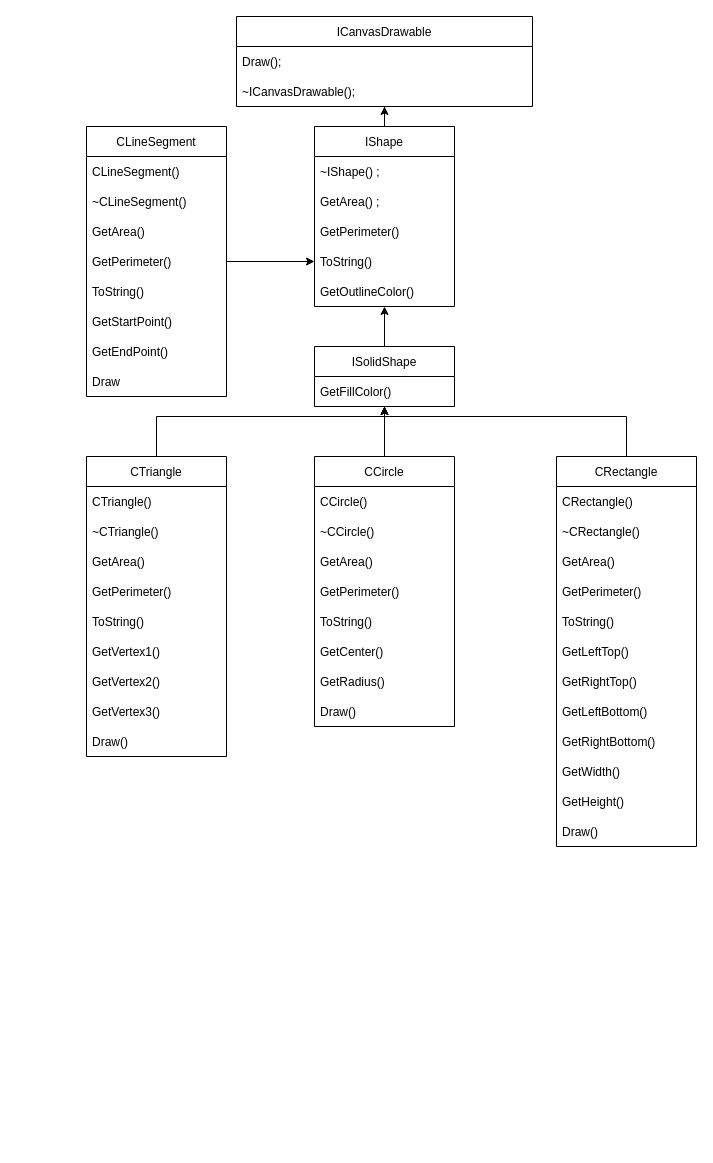
This is Untitled Diagram.drawio from DarkMoonLi/love_oop, a draw.io file, before an edit. Source tidied: cells renumbered, new cells numbered last; positions are measured from the earlier drawing's top-left corner, leaving out a move shared by most shapes. Both pictures are drawn from the tidied source at 100%, with x=0, y=0 at pixel (86, 16).
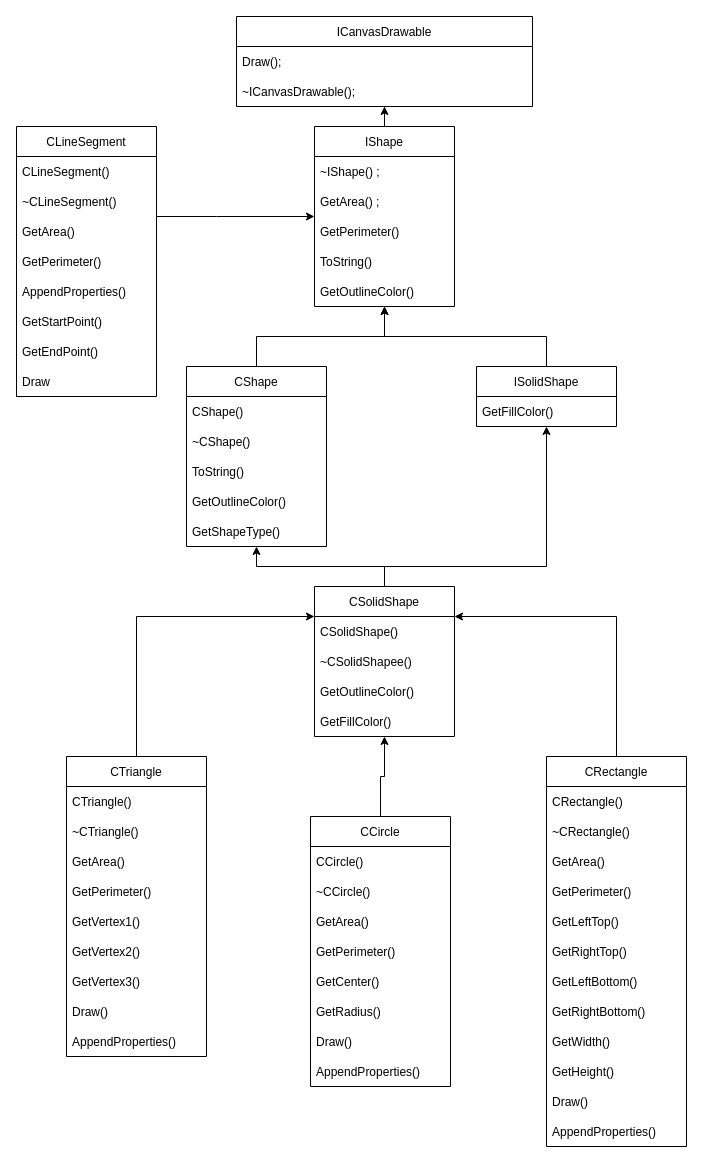
Above is the later version.

The change refers to these unchanged cells:
```xml
<mxCell id="6" value="IShape" style="swimlane;fontStyle=0;horizontal=1;startSize=30;" parent="1" vertex="1">
  <mxGeometry x="228" y="110" width="140" height="180" as="geometry" />
</mxCell>
```

The edit, as a diff of the source:
```diff
@@
     <mxCell id="12" style="edgeStyle=orthogonalEdgeStyle;rounded=0;jettySize=auto;html=1;" parent="1" edge="1" source="13" target="6">
-      <mxGeometry relative="1" as="geometry" />
+      <mxGeometry relative="1" as="geometry">
+        <Array as="points">
+          <mxPoint x="460" y="320" />
+          <mxPoint x="298" y="320" />
+        </Array>
+      </mxGeometry>
     </mxCell>
     <mxCell id="13" value="ISolidShape" style="swimlane;fontStyle=0;horizontal=1;startSize=30;" parent="1" vertex="1">
-      <mxGeometry x="228" y="330" width="140" height="60" as="geometry" />
+      <mxGeometry x="390" y="350" width="140" height="60" as="geometry" />
     </mxCell>
@@
     <mxCell id="16" value="CLineSegment" style="swimlane;fontStyle=0;horizontal=1;startSize=30;" parent="1" vertex="1">
-      <mxGeometry y="110" width="140" height="270" as="geometry" />
+      <mxGeometry x="-70" y="110" width="140" height="270" as="geometry" />
     </mxCell>
@@
-    <mxCell id="21" value="ToString()" style="text;strokeColor=none;fillColor=none;align=left;verticalAlign=middle;spacingLeft=4;spacingRight=4;overflow=hidden;" parent="16" vertex="1">
+    <mxCell id="21" value="AppendProperties()" style="text;strokeColor=none;fillColor=none;align=left;verticalAlign=middle;spacingLeft=4;spacingRight=4;overflow=hidden;" parent="16" vertex="1">
       <mxGeometry y="150" width="140" height="30" as="geometry" />
     </mxCell>
@@
-    <mxCell id="25" style="edgeStyle=orthogonalEdgeStyle;rounded=0;jettySize=auto;html=1;" parent="1" edge="1" source="26" target="13">
-      <mxGeometry relative="1" as="geometry">
-        <Array as="points">
-          <mxPoint x="70" y="400" />
-          <mxPoint x="298" y="400" />
-        </Array>
-      </mxGeometry>
-    </mxCell>
+    <mxCell id="60" style="edgeStyle=orthogonalEdgeStyle;rounded=0;jettySize=auto;html=1;" parent="1" edge="1" source="26" target="75">
+      <mxGeometry relative="1" as="geometry">
+        <Array as="points">
+          <mxPoint x="50" y="600" />
+        </Array>
+      </mxGeometry>
+    </mxCell>
     <mxCell id="26" value="CTriangle" style="swimlane;fontStyle=0;horizontal=1;startSize=30;" parent="1" vertex="1">
-      <mxGeometry y="440" width="140" height="300" as="geometry" />
+      <mxGeometry x="-20" y="740" width="140" height="300" as="geometry" />
     </mxCell>
@@
-    <mxCell id="31" value="ToString()" style="text;strokeColor=none;fillColor=none;align=left;verticalAlign=middle;spacingLeft=4;spacingRight=4;overflow=hidden;" parent="26" vertex="1">
-      <mxGeometry y="150" width="140" height="30" as="geometry" />
-    </mxCell>
     <mxCell id="32" value="GetVertex1()" style="text;strokeColor=none;fillColor=none;align=left;verticalAlign=middle;spacingLeft=4;spacingRight=4;overflow=hidden;" parent="26" vertex="1">
-      <mxGeometry y="180" width="140" height="30" as="geometry" />
+      <mxGeometry y="150" width="140" height="30" as="geometry" />
     </mxCell>
     <mxCell id="33" value="GetVertex2()" style="text;strokeColor=none;fillColor=none;align=left;verticalAlign=middle;spacingLeft=4;spacingRight=4;overflow=hidden;" parent="26" vertex="1">
-      <mxGeometry y="210" width="140" height="30" as="geometry" />
+      <mxGeometry y="180" width="140" height="30" as="geometry" />
     </mxCell>
     <mxCell id="34" value="GetVertex3()" style="text;strokeColor=none;fillColor=none;align=left;verticalAlign=middle;spacingLeft=4;spacingRight=4;overflow=hidden;" parent="26" vertex="1">
-      <mxGeometry y="240" width="140" height="30" as="geometry" />
+      <mxGeometry y="210" width="140" height="30" as="geometry" />
     </mxCell>
     <mxCell id="35" value="Draw()" style="text;strokeColor=none;fillColor=none;align=left;verticalAlign=middle;spacingLeft=4;spacingRight=4;overflow=hidden;" parent="26" vertex="1">
-      <mxGeometry y="270" width="140" height="30" as="geometry" />
+      <mxGeometry y="240" width="140" height="30" as="geometry" />
     </mxCell>
-    <mxCell id="36" style="edgeStyle=orthogonalEdgeStyle;rounded=0;jettySize=auto;html=1;" parent="1" edge="1" source="37" target="13">
-      <mxGeometry relative="1" as="geometry" />
-    </mxCell>
+    <mxCell id="61" value="AppendProperties()" style="text;strokeColor=none;fillColor=none;align=left;verticalAlign=middle;spacingLeft=4;spacingRight=4;overflow=hidden;" parent="26" vertex="1">
+      <mxGeometry y="270" width="140" height="30" as="geometry" />
+    </mxCell>
+    <mxCell id="62" style="edgeStyle=orthogonalEdgeStyle;rounded=0;jettySize=auto;html=1;" parent="1" edge="1" source="37" target="75">
+      <mxGeometry relative="1" as="geometry" />
+    </mxCell>
     <mxCell id="37" value="CCircle" style="swimlane;fontStyle=0;horizontal=1;startSize=30;" parent="1" vertex="1">
-      <mxGeometry x="228" y="440" width="140" height="270" as="geometry" />
+      <mxGeometry x="224" y="800" width="140" height="270" as="geometry" />
     </mxCell>
@@
-    <mxCell id="42" value="ToString()" style="text;strokeColor=none;fillColor=none;align=left;verticalAlign=middle;spacingLeft=4;spacingRight=4;overflow=hidden;" parent="37" vertex="1">
-      <mxGeometry y="150" width="140" height="30" as="geometry" />
-    </mxCell>
     <mxCell id="43" value="GetCenter()" style="text;strokeColor=none;fillColor=none;align=left;verticalAlign=middle;spacingLeft=4;spacingRight=4;overflow=hidden;" parent="37" vertex="1">
-      <mxGeometry y="180" width="140" height="30" as="geometry" />
+      <mxGeometry y="150" width="140" height="30" as="geometry" />
     </mxCell>
     <mxCell id="44" value="GetRadius()" style="text;strokeColor=none;fillColor=none;align=left;verticalAlign=middle;spacingLeft=4;spacingRight=4;overflow=hidden;" parent="37" vertex="1">
-      <mxGeometry y="210" width="140" height="30" as="geometry" />
+      <mxGeometry y="180" width="140" height="30" as="geometry" />
     </mxCell>
     <mxCell id="45" value="Draw()" style="text;strokeColor=none;fillColor=none;align=left;verticalAlign=middle;spacingLeft=4;spacingRight=4;overflow=hidden;" parent="37" vertex="1">
-      <mxGeometry y="240" width="140" height="30" as="geometry" />
+      <mxGeometry y="210" width="140" height="30" as="geometry" />
     </mxCell>
-    <mxCell id="46" style="edgeStyle=orthogonalEdgeStyle;rounded=0;jettySize=auto;html=1;" parent="1" edge="1" source="47" target="13">
-      <mxGeometry relative="1" as="geometry">
-        <Array as="points">
-          <mxPoint x="540" y="400" />
-          <mxPoint x="298" y="400" />
-        </Array>
-      </mxGeometry>
-    </mxCell>
+    <mxCell id="63" value="AppendProperties()" style="text;strokeColor=none;fillColor=none;align=left;verticalAlign=middle;spacingLeft=4;spacingRight=4;overflow=hidden;" parent="37" vertex="1">
+      <mxGeometry y="240" width="140" height="30" as="geometry" />
+    </mxCell>
+    <mxCell id="64" style="edgeStyle=orthogonalEdgeStyle;rounded=0;jettySize=auto;html=1;" parent="1" edge="1" source="47" target="75">
+      <mxGeometry relative="1" as="geometry">
+        <Array as="points">
+          <mxPoint x="530" y="600" />
+        </Array>
+      </mxGeometry>
+    </mxCell>
     <mxCell id="47" value="CRectangle" style="swimlane;fontStyle=0;horizontal=1;startSize=30;" parent="1" vertex="1">
-      <mxGeometry x="470" y="440" width="140" height="390" as="geometry" />
+      <mxGeometry x="460" y="740" width="140" height="390" as="geometry" />
     </mxCell>
@@
-    <mxCell id="52" value="ToString()" style="text;strokeColor=none;fillColor=none;align=left;verticalAlign=middle;spacingLeft=4;spacingRight=4;overflow=hidden;" parent="47" vertex="1">
-      <mxGeometry y="150" width="140" height="30" as="geometry" />
-    </mxCell>
     <mxCell id="53" value="GetLeftTop()" style="text;strokeColor=none;fillColor=none;align=left;verticalAlign=middle;spacingLeft=4;spacingRight=4;overflow=hidden;" parent="47" vertex="1">
-      <mxGeometry y="180" width="140" height="30" as="geometry" />
+      <mxGeometry y="150" width="140" height="30" as="geometry" />
     </mxCell>
     <mxCell id="54" value="GetRightTop()" style="text;strokeColor=none;fillColor=none;align=left;verticalAlign=middle;spacingLeft=4;spacingRight=4;overflow=hidden;" parent="47" vertex="1">
-      <mxGeometry y="210" width="140" height="30" as="geometry" />
+      <mxGeometry y="180" width="140" height="30" as="geometry" />
     </mxCell>
     <mxCell id="55" value="GetLeftBottom()" style="text;strokeColor=none;fillColor=none;align=left;verticalAlign=middle;spacingLeft=4;spacingRight=4;overflow=hidden;" parent="47" vertex="1">
-      <mxGeometry y="240" width="140" height="30" as="geometry" />
+      <mxGeometry y="210" width="140" height="30" as="geometry" />
     </mxCell>
     <mxCell id="56" value="GetRightBottom()" style="text;strokeColor=none;fillColor=none;align=left;verticalAlign=middle;spacingLeft=4;spacingRight=4;overflow=hidden;" parent="47" vertex="1">
-      <mxGeometry y="270" width="140" height="30" as="geometry" />
+      <mxGeometry y="240" width="140" height="30" as="geometry" />
     </mxCell>
     <mxCell id="57" value="GetWidth()" style="text;strokeColor=none;fillColor=none;align=left;verticalAlign=middle;spacingLeft=4;spacingRight=4;overflow=hidden;" parent="47" vertex="1">
-      <mxGeometry y="300" width="140" height="30" as="geometry" />
+      <mxGeometry y="270" width="140" height="30" as="geometry" />
     </mxCell>
     <mxCell id="58" value="GetHeight()" style="text;strokeColor=none;fillColor=none;align=left;verticalAlign=middle;spacingLeft=4;spacingRight=4;overflow=hidden;" parent="47" vertex="1">
-      <mxGeometry y="330" width="140" height="30" as="geometry" />
+      <mxGeometry y="300" width="140" height="30" as="geometry" />
     </mxCell>
     <mxCell id="59" value="Draw()" style="text;strokeColor=none;fillColor=none;align=left;verticalAlign=middle;spacingLeft=4;spacingRight=4;overflow=hidden;" parent="47" vertex="1">
-      <mxGeometry y="360" width="140" height="30" as="geometry" />
+      <mxGeometry y="330" width="140" height="30" as="geometry" />
     </mxCell>
+    <mxCell id="65" value="AppendProperties()" style="text;strokeColor=none;fillColor=none;align=left;verticalAlign=middle;spacingLeft=4;spacingRight=4;overflow=hidden;" parent="47" vertex="1">
+      <mxGeometry y="360" width="140" height="30" as="geometry" />
+    </mxCell>
+    <mxCell id="66" style="edgeStyle=orthogonalEdgeStyle;rounded=0;jettySize=auto;html=1;" parent="1" edge="1" source="67" target="6">
+      <mxGeometry relative="1" as="geometry" />
+    </mxCell>
+    <mxCell id="67" value="CShape" style="swimlane;fontStyle=0;horizontal=1;startSize=30;" parent="1" vertex="1">
+      <mxGeometry x="100" y="350" width="140" height="180" as="geometry" />
+    </mxCell>
+    <mxCell id="68" value="CShape()" style="text;strokeColor=none;fillColor=none;align=left;verticalAlign=middle;spacingLeft=4;spacingRight=4;overflow=hidden;" parent="67" vertex="1">
+      <mxGeometry y="30" width="140" height="30" as="geometry" />
+    </mxCell>
+    <mxCell id="69" value="~CShape()" style="text;strokeColor=none;fillColor=none;align=left;verticalAlign=middle;spacingLeft=4;spacingRight=4;overflow=hidden;" parent="67" vertex="1">
+      <mxGeometry y="60" width="140" height="30" as="geometry" />
+    </mxCell>
+    <mxCell id="70" value="ToString()" style="text;strokeColor=none;fillColor=none;align=left;verticalAlign=middle;spacingLeft=4;spacingRight=4;overflow=hidden;" parent="67" vertex="1">
+      <mxGeometry y="90" width="140" height="30" as="geometry" />
+    </mxCell>
+    <mxCell id="71" value="GetOutlineColor()" style="text;strokeColor=none;fillColor=none;align=left;verticalAlign=middle;spacingLeft=4;spacingRight=4;overflow=hidden;" parent="67" vertex="1">
+      <mxGeometry y="120" width="140" height="30" as="geometry" />
+    </mxCell>
+    <mxCell id="72" value="GetShapeType()" style="text;strokeColor=none;fillColor=none;align=left;verticalAlign=middle;spacingLeft=4;spacingRight=4;overflow=hidden;" parent="67" vertex="1">
+      <mxGeometry y="150" width="140" height="30" as="geometry" />
+    </mxCell>
+    <mxCell id="73" style="edgeStyle=orthogonalEdgeStyle;rounded=0;jettySize=auto;html=1;" parent="1" edge="1" source="75" target="67">
+      <mxGeometry relative="1" as="geometry" />
+    </mxCell>
+    <mxCell id="74" style="edgeStyle=orthogonalEdgeStyle;rounded=0;jettySize=auto;html=1;" parent="1" edge="1" source="75" target="13">
+      <mxGeometry relative="1" as="geometry">
+        <Array as="points">
+          <mxPoint x="298" y="550" />
+          <mxPoint x="460" y="550" />
+        </Array>
+      </mxGeometry>
+    </mxCell>
+    <mxCell id="75" value="CSolidShape" style="swimlane;fontStyle=0;horizontal=1;startSize=30;" parent="1" vertex="1">
+      <mxGeometry x="228" y="570" width="140" height="150" as="geometry" />
+    </mxCell>
+    <mxCell id="76" value="CSolidShape()" style="text;strokeColor=none;fillColor=none;align=left;verticalAlign=middle;spacingLeft=4;spacingRight=4;overflow=hidden;" parent="75" vertex="1">
+      <mxGeometry y="30" width="140" height="30" as="geometry" />
+    </mxCell>
+    <mxCell id="77" value="~CSolidShapee()" style="text;strokeColor=none;fillColor=none;align=left;verticalAlign=middle;spacingLeft=4;spacingRight=4;overflow=hidden;" parent="75" vertex="1">
+      <mxGeometry y="60" width="140" height="30" as="geometry" />
+    </mxCell>
+    <mxCell id="78" value="GetOutlineColor()" style="text;strokeColor=none;fillColor=none;align=left;verticalAlign=middle;spacingLeft=4;spacingRight=4;overflow=hidden;" parent="75" vertex="1">
+      <mxGeometry y="90" width="140" height="30" as="geometry" />
+    </mxCell>
+    <mxCell id="79" value="GetFillColor()" style="text;strokeColor=none;fillColor=none;align=left;verticalAlign=middle;spacingLeft=4;spacingRight=4;overflow=hidden;" parent="75" vertex="1">
+      <mxGeometry y="120" width="140" height="30" as="geometry" />
+    </mxCell>
```
